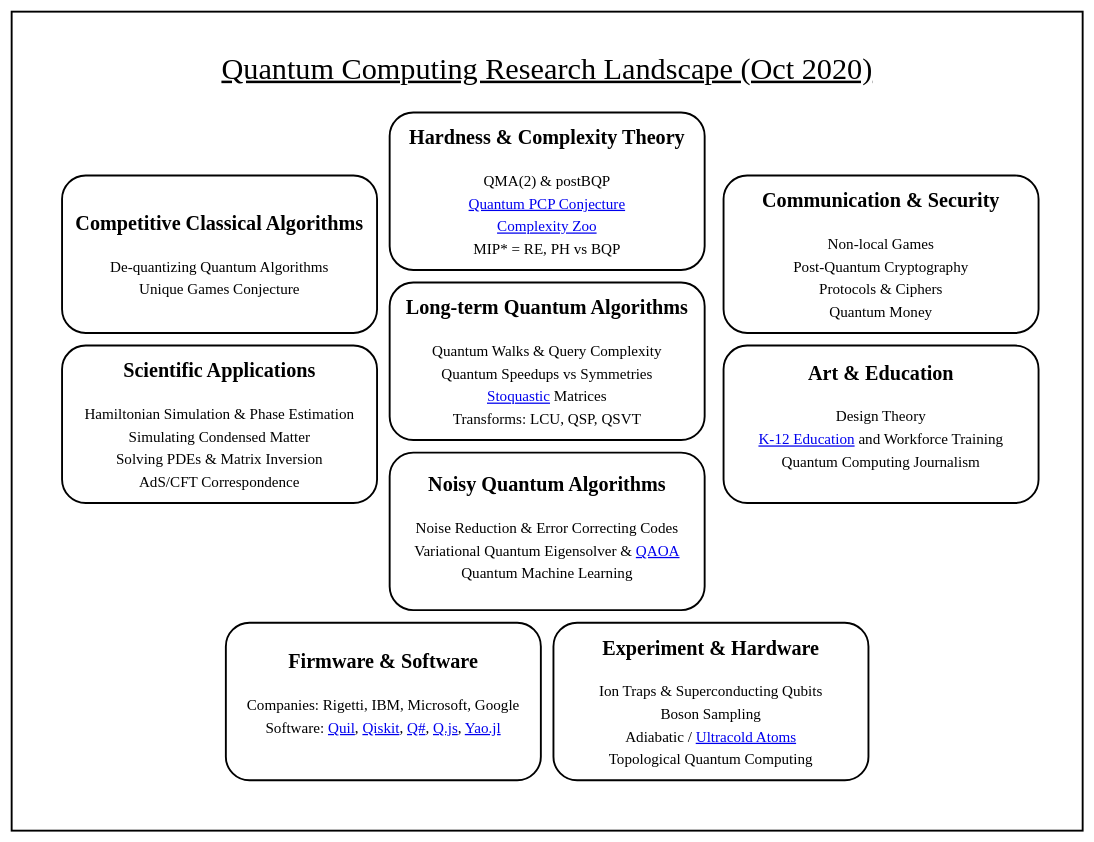
Above: qcmap.drawio in marwahaha/qc-landscape (draw.io), before the change. Source tidied: cells renumbered, new cells numbered last; positions are measured from the earlier drawing's top-left corner, leaving out a move shared by most shapes. Both pictures are drawn from the tidied source at 63%, with x=0, y=0 at pixel (11, 11).
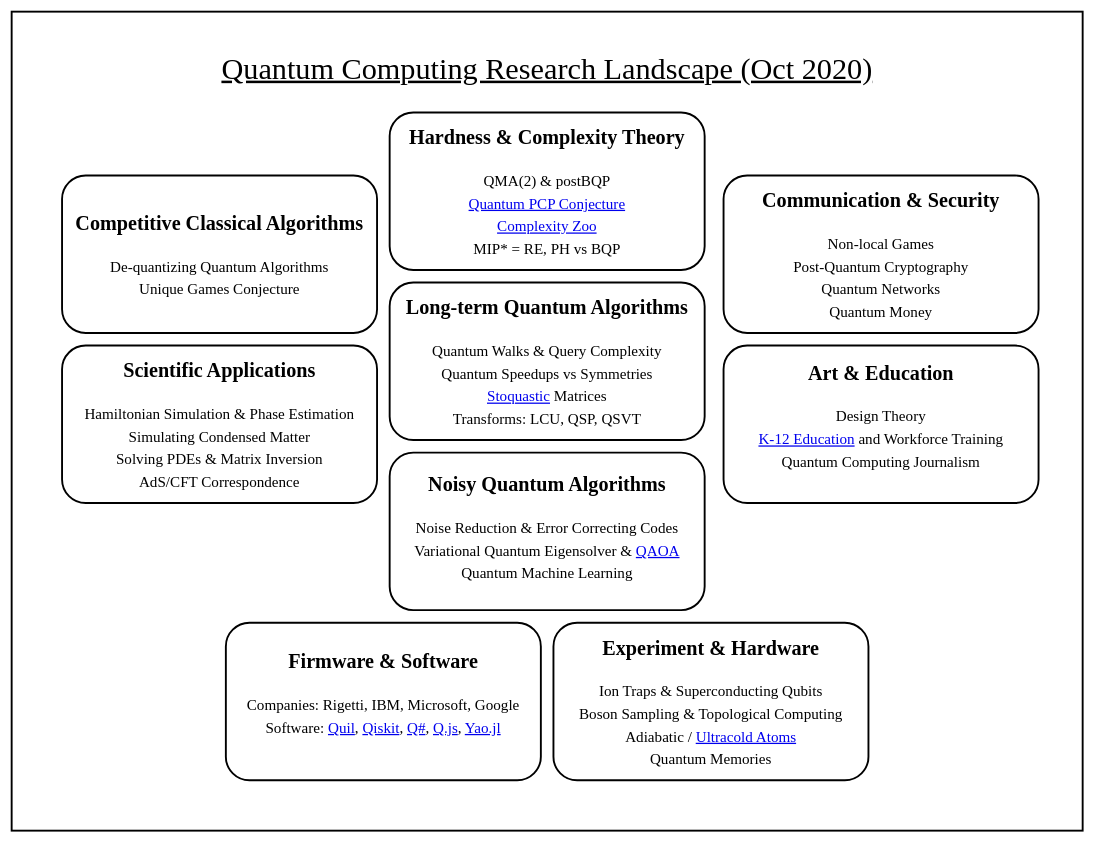
After the change.

Commit message (it also covers changes not shown here):
Add quantum networks

What changed in the source:
```diff
@@
 <mxGraphModel>
   <root>
     <mxCell id="0" />
     <mxCell id="1" parent="0" />
     <mxCell id="2" style="rounded=0;whiteSpace=wrap;html=1;fontFamily=Times New Roman;fontSize=20;align=center;fillColor=none;strokeWidth=3;" parent="1" vertex="1">
       <mxGeometry width="1700" height="1300" as="geometry" />
     </mxCell>
-    <mxCell id="3" value="&lt;p style=&quot;line-height: 150% ; font-size: 24px&quot;&gt;&lt;/p&gt;&lt;div style=&quot;font-size: 32px&quot;&gt;&lt;font style=&quot;font-size: 32px&quot;&gt;&lt;b style=&quot;line-height: 150%&quot;&gt;Experiment &amp;amp; Hardware&lt;br&gt;&lt;/b&gt;&lt;/font&gt;&lt;/div&gt;&lt;div style=&quot;line-height: 150% ; font-size: 18px&quot;&gt;&lt;font style=&quot;font-size: 18px&quot;&gt;&lt;br&gt;&lt;/font&gt;&lt;/div&gt;&lt;div style=&quot;line-height: 150% ; font-size: 24px&quot;&gt;&lt;font style=&quot;font-size: 24px&quot;&gt;Ion Traps &amp;amp; Superconducting Qubits&lt;/font&gt;&lt;/div&gt;&lt;div style=&quot;line-height: 150% ; font-size: 24px&quot;&gt;&lt;font style=&quot;font-size: 24px&quot;&gt;Boson Sampling&lt;/font&gt;&lt;/div&gt;&lt;div style=&quot;line-height: 150% ; font-size: 24px&quot;&gt;&lt;font style=&quot;font-size: 24px&quot;&gt;Adiabatic / &lt;a href=&quot;https://en.wikipedia.org/wiki/Ultracold_atom&quot;&gt;Ultracold Atoms&lt;/a&gt;&lt;br&gt;&lt;/font&gt;&lt;/div&gt;&lt;div style=&quot;line-height: 150% ; font-size: 24px&quot;&gt;&lt;font style=&quot;font-size: 24px&quot;&gt;Topological Quantum Computing&lt;/font&gt;&lt;font style=&quot;font-size: 24px&quot;&gt;&lt;br&gt;&lt;/font&gt;&lt;/div&gt;&lt;p style=&quot;font-size: 24px&quot;&gt;&lt;/p&gt;" style="rounded=1;whiteSpace=wrap;html=1;fontFamily=Times New Roman;strokeWidth=3;" parent="1" vertex="1">
+    <mxCell id="3" value="&lt;p style=&quot;line-height: 150% ; font-size: 24px&quot;&gt;&lt;/p&gt;&lt;div style=&quot;font-size: 32px&quot;&gt;&lt;font style=&quot;font-size: 32px&quot;&gt;&lt;b style=&quot;line-height: 150%&quot;&gt;Experiment &amp;amp; Hardware&lt;br&gt;&lt;/b&gt;&lt;/font&gt;&lt;/div&gt;&lt;div style=&quot;line-height: 150% ; font-size: 18px&quot;&gt;&lt;font style=&quot;font-size: 18px&quot;&gt;&lt;br&gt;&lt;/font&gt;&lt;/div&gt;&lt;div style=&quot;line-height: 150% ; font-size: 24px&quot;&gt;&lt;font style=&quot;font-size: 24px&quot;&gt;Ion Traps &amp;amp; Superconducting Qubits&lt;/font&gt;&lt;/div&gt;&lt;div style=&quot;line-height: 150% ; font-size: 24px&quot;&gt;&lt;font style=&quot;font-size: 24px&quot;&gt;Boson Sampling &amp;amp; &lt;/font&gt;&lt;font style=&quot;font-size: 24px&quot;&gt;Topological Computing&lt;/font&gt;&lt;font style=&quot;font-size: 24px&quot;&gt;&lt;br&gt;&lt;/font&gt;&lt;/div&gt;&lt;div style=&quot;line-height: 150% ; font-size: 24px&quot;&gt;&lt;font style=&quot;font-size: 24px&quot;&gt;Adiabatic / &lt;a href=&quot;https://en.wikipedia.org/wiki/Ultracold_atom&quot;&gt;Ultracold Atoms&lt;/a&gt;&lt;br&gt;&lt;/font&gt;&lt;/div&gt;&lt;div style=&quot;line-height: 150% ; font-size: 24px&quot;&gt;&lt;font style=&quot;font-size: 24px&quot;&gt;Quantum Memories&lt;br&gt;&lt;/font&gt;&lt;/div&gt;&lt;p style=&quot;font-size: 24px&quot;&gt;&lt;/p&gt;" style="rounded=1;whiteSpace=wrap;html=1;fontFamily=Times New Roman;strokeWidth=3;" parent="1" vertex="1">
       <mxGeometry x="860" y="970" width="500" height="250" as="geometry" />
     </mxCell>
     <mxCell id="4" value="&lt;p style=&quot;line-height: 150% ; font-size: 24px&quot;&gt;&lt;/p&gt;&lt;div style=&quot;font-size: 32px&quot;&gt;&lt;font style=&quot;font-size: 32px&quot;&gt;&lt;b style=&quot;line-height: 150%&quot;&gt;Firmware &amp;amp; Software&lt;br&gt;&lt;/b&gt;&lt;/font&gt;&lt;/div&gt;&lt;div style=&quot;line-height: 150% ; font-size: 18px&quot;&gt;&lt;font style=&quot;font-size: 18px&quot;&gt;&lt;br&gt;&lt;/font&gt;&lt;/div&gt;&lt;div style=&quot;line-height: 150% ; font-size: 24px&quot;&gt;&lt;font style=&quot;font-size: 24px&quot;&gt;Companies: Rigetti, IBM, Microsoft, Google&lt;/font&gt;&lt;/div&gt;&lt;div style=&quot;line-height: 150% ; font-size: 24px&quot;&gt;&lt;font style=&quot;font-size: 24px&quot;&gt;Software: &lt;a href=&quot;https://en.wikipedia.org/wiki/Quil_(instruction_set_architecture)&quot;&gt;Quil&lt;/a&gt;, &lt;a href=&quot;https://qiskit.org/&quot;&gt;Qiskit&lt;/a&gt;, &lt;a href=&quot;https://docs.microsoft.com/en-us/quantum/overview/what-is-qsharp-and-qdk&quot;&gt;Q#&lt;/a&gt;, &lt;a href=&quot;https://quantumjavascript.app/&quot;&gt;Q.js&lt;/a&gt;, &lt;a href=&quot;https://yaoquantum.org/&quot;&gt;Yao.jl&lt;/a&gt;&lt;/font&gt;&lt;/div&gt;&lt;font style=&quot;font-size: 24px&quot;&gt;&lt;br&gt;&lt;/font&gt;&lt;p style=&quot;font-size: 24px&quot;&gt;&lt;/p&gt;" style="rounded=1;whiteSpace=wrap;html=1;align=center;fontFamily=Times New Roman;strokeWidth=3;" parent="1" vertex="1">
       <mxGeometry x="340" y="970" width="500" height="250" as="geometry" />
     </mxCell>
     <mxCell id="5" value="&lt;p style=&quot;line-height: 150%&quot;&gt;&lt;/p&gt;&lt;div style=&quot;font-size: 32px&quot;&gt;&lt;font style=&quot;font-size: 32px&quot;&gt;&lt;b style=&quot;line-height: 150%&quot;&gt;Noisy Quantum Algorithms&lt;br&gt;&lt;/b&gt;&lt;/font&gt;&lt;/div&gt;&lt;div style=&quot;line-height: 150% ; font-size: 18px&quot;&gt;&lt;font style=&quot;font-size: 18px&quot;&gt;&lt;br&gt;&lt;/font&gt;&lt;/div&gt;&lt;div style=&quot;line-height: 150% ; font-size: 24px&quot;&gt;&lt;font style=&quot;font-size: 24px&quot;&gt;Noise Reduction &amp;amp; Error Correcting Codes&lt;/font&gt;&lt;/div&gt;&lt;div style=&quot;line-height: 150% ; font-size: 24px&quot;&gt;&lt;font style=&quot;font-size: 24px&quot;&gt;Variational Quantum Eigensolver &amp;amp; &lt;a href=&quot;https://en.wikipedia.org/wiki/Quantum_optimization_algorithms#Quantum_Approximate_Optimization_Algorithm&quot;&gt;QAOA&lt;/a&gt;&lt;/font&gt;&lt;/div&gt;&lt;div style=&quot;line-height: 150% ; font-size: 24px&quot;&gt;&lt;font style=&quot;font-size: 24px&quot;&gt;Quantum Machine Learning&lt;/font&gt;&lt;br&gt;&lt;/div&gt;&lt;br&gt;&lt;p&gt;&lt;/p&gt;" style="rounded=1;whiteSpace=wrap;html=1;align=center;fontFamily=Times New Roman;strokeWidth=3;" parent="1" vertex="1">
       <mxGeometry x="600" y="700" width="500" height="250" as="geometry" />
     </mxCell>
     <mxCell id="6" value="&lt;p style=&quot;line-height: 150%&quot;&gt;&lt;/p&gt;&lt;div style=&quot;font-size: 32px&quot;&gt;&lt;font style=&quot;font-size: 32px&quot;&gt;&lt;b style=&quot;line-height: 150%&quot;&gt;Scientific Applications&lt;br&gt;&lt;/b&gt;&lt;/font&gt;&lt;/div&gt;&lt;div style=&quot;line-height: 150% ; font-size: 18px&quot;&gt;&lt;font style=&quot;font-size: 18px&quot;&gt;&lt;br&gt;&lt;/font&gt;&lt;/div&gt;&lt;div style=&quot;line-height: 150% ; font-size: 24px&quot;&gt;&lt;font style=&quot;font-size: 24px&quot;&gt;Hamiltonian Simulation &amp;amp; Phase Estimation&lt;/font&gt;&lt;/div&gt;&lt;div style=&quot;line-height: 150% ; font-size: 24px&quot;&gt;&lt;font style=&quot;font-size: 24px&quot;&gt;Simulating Condensed Matter&lt;/font&gt;&lt;/div&gt;&lt;div style=&quot;line-height: 150% ; font-size: 24px&quot;&gt;&lt;font style=&quot;font-size: 24px&quot;&gt;Solving PDEs &amp;amp; Matrix Inversion&lt;br&gt;&lt;/font&gt;&lt;/div&gt;&lt;div style=&quot;line-height: 150% ; font-size: 24px&quot;&gt;&lt;font style=&quot;font-size: 24px&quot;&gt;AdS/CFT Correspondence&lt;/font&gt;&lt;/div&gt;&lt;p&gt;&lt;/p&gt;" style="rounded=1;whiteSpace=wrap;html=1;align=center;fontFamily=Times New Roman;strokeWidth=3;" parent="1" vertex="1">
       <mxGeometry x="80" y="530" width="500" height="250" as="geometry" />
     </mxCell>
     <mxCell id="7" value="&lt;p style=&quot;line-height: 160% ; font-size: 24px&quot;&gt;&lt;/p&gt;&lt;div style=&quot;font-size: 32px&quot;&gt;&lt;font style=&quot;font-size: 32px&quot;&gt;&lt;b style=&quot;line-height: 150%&quot;&gt;Art &amp;amp; Education&lt;br&gt;&lt;/b&gt;&lt;/font&gt;&lt;/div&gt;&lt;div style=&quot;line-height: 150% ; font-size: 18px&quot;&gt;&lt;font style=&quot;font-size: 18px&quot;&gt;&lt;br&gt;&lt;/font&gt;&lt;/div&gt;&lt;div style=&quot;line-height: 150% ; font-size: 24px&quot;&gt;&lt;font style=&quot;font-size: 24px ; line-height: 150%&quot;&gt;Design Theory&lt;/font&gt;&lt;/div&gt;&lt;div style=&quot;line-height: 150% ; font-size: 24px&quot;&gt;&lt;font style=&quot;font-size: 24px ; line-height: 150%&quot;&gt;&lt;a href=&quot;https://q12education.org/&quot;&gt;K-12 Education&lt;/a&gt; and Workforce Training&lt;br&gt;&lt;/font&gt;&lt;/div&gt;&lt;div style=&quot;line-height: 150% ; font-size: 24px&quot;&gt;&lt;font style=&quot;font-size: 24px&quot;&gt;Quantum Computing Journalism&lt;br&gt;&lt;/font&gt;&lt;/div&gt;&lt;font style=&quot;font-size: 24px&quot;&gt;&lt;br&gt;&lt;/font&gt;&lt;p style=&quot;font-size: 24px&quot;&gt;&lt;/p&gt;" style="rounded=1;whiteSpace=wrap;html=1;align=center;fontFamily=Times New Roman;strokeWidth=3;" parent="1" vertex="1">
       <mxGeometry x="1130" y="530" width="500" height="250" as="geometry" />
     </mxCell>
-    <mxCell id="8" value="&lt;p style=&quot;line-height: 150%&quot;&gt;&lt;/p&gt;&lt;div style=&quot;font-size: 32px&quot;&gt;&lt;font style=&quot;font-size: 32px&quot;&gt;&lt;b style=&quot;line-height: 150%&quot;&gt;Communication &amp;amp; Security&lt;br&gt;&lt;/b&gt;&lt;/font&gt;&lt;/div&gt;&lt;div style=&quot;line-height: 150% ; font-size: 18px&quot;&gt;&lt;font style=&quot;font-size: 18px&quot;&gt;&lt;br&gt;&lt;/font&gt;&lt;/div&gt;&lt;div style=&quot;line-height: 150% ; font-size: 24px&quot;&gt;&lt;font style=&quot;font-size: 24px&quot;&gt;Non-local Games&lt;/font&gt;&lt;/div&gt;&lt;div style=&quot;line-height: 150% ; font-size: 24px&quot;&gt;&lt;font style=&quot;font-size: 24px&quot;&gt;Post-Quantum Cryptography&lt;/font&gt;&lt;/div&gt;&lt;div style=&quot;line-height: 150% ; font-size: 24px&quot;&gt;&lt;font style=&quot;font-size: 24px&quot;&gt;Protocols &amp;amp; Ciphers&lt;/font&gt;&lt;/div&gt;&lt;div style=&quot;line-height: 150% ; font-size: 24px&quot;&gt;&lt;font style=&quot;font-size: 24px&quot;&gt;Quantum Money&lt;/font&gt;&lt;/div&gt;&lt;p&gt;&lt;/p&gt;" style="rounded=1;whiteSpace=wrap;html=1;align=center;fontFamily=Times New Roman;strokeWidth=3;" parent="1" vertex="1">
+    <mxCell id="8" value="&lt;p style=&quot;line-height: 150%&quot;&gt;&lt;/p&gt;&lt;div style=&quot;font-size: 32px&quot;&gt;&lt;font style=&quot;font-size: 32px&quot;&gt;&lt;b style=&quot;line-height: 150%&quot;&gt;Communication &amp;amp; Security&lt;br&gt;&lt;/b&gt;&lt;/font&gt;&lt;/div&gt;&lt;div style=&quot;line-height: 150% ; font-size: 18px&quot;&gt;&lt;font style=&quot;font-size: 18px&quot;&gt;&lt;br&gt;&lt;/font&gt;&lt;/div&gt;&lt;div style=&quot;line-height: 150% ; font-size: 24px&quot;&gt;&lt;font style=&quot;font-size: 24px&quot;&gt;Non-local Games&lt;/font&gt;&lt;/div&gt;&lt;div style=&quot;line-height: 150% ; font-size: 24px&quot;&gt;&lt;font style=&quot;font-size: 24px&quot;&gt;Post-Quantum Cryptography&lt;/font&gt;&lt;/div&gt;&lt;div style=&quot;line-height: 150% ; font-size: 24px&quot;&gt;&lt;font style=&quot;font-size: 24px&quot;&gt;Quantum Networks&lt;br&gt;&lt;/font&gt;&lt;/div&gt;&lt;div style=&quot;line-height: 150% ; font-size: 24px&quot;&gt;&lt;font style=&quot;font-size: 24px&quot;&gt;Quantum Money&lt;/font&gt;&lt;/div&gt;&lt;p&gt;&lt;/p&gt;" style="rounded=1;whiteSpace=wrap;html=1;align=center;fontFamily=Times New Roman;strokeWidth=3;" parent="1" vertex="1">
       <mxGeometry x="1130" y="260" width="500" height="250" as="geometry" />
     </mxCell>
     <mxCell id="9" value="&lt;p style=&quot;line-height: 150%&quot;&gt;&lt;/p&gt;&lt;div style=&quot;font-size: 32px&quot;&gt;&lt;font style=&quot;font-size: 32px&quot;&gt;&lt;b style=&quot;line-height: 150%&quot;&gt;Competitive Classical Algorithms&lt;br&gt;&lt;/b&gt;&lt;/font&gt;&lt;/div&gt;&lt;div style=&quot;line-height: 150% ; font-size: 18px&quot;&gt;&lt;font style=&quot;font-size: 18px&quot;&gt;&lt;br&gt;&lt;/font&gt;&lt;/div&gt;&lt;div style=&quot;line-height: 150% ; font-size: 24px&quot;&gt;&lt;font style=&quot;font-size: 24px&quot;&gt;De-quantizing Quantum Algorithms&lt;/font&gt;&lt;/div&gt;&lt;div style=&quot;line-height: 150% ; font-size: 24px&quot;&gt;&lt;font style=&quot;font-size: 24px&quot;&gt;Unique Games Conjecture&lt;/font&gt;&lt;/div&gt;&lt;p&gt;&lt;/p&gt;" style="rounded=1;whiteSpace=wrap;html=1;align=center;fontFamily=Times New Roman;strokeWidth=3;" parent="1" vertex="1">
       <mxGeometry x="80" y="260" width="500" height="250" as="geometry" />
     </mxCell>
     <mxCell id="10" value="&lt;p style=&quot;line-height: 150%&quot;&gt;&lt;/p&gt;&lt;div style=&quot;font-size: 32px&quot;&gt;&lt;font style=&quot;font-size: 32px&quot;&gt;&lt;b style=&quot;line-height: 150%&quot;&gt;Hardness &amp;amp; Complexity Theory&lt;br&gt;&lt;/b&gt;&lt;/font&gt;&lt;/div&gt;&lt;div style=&quot;line-height: 150% ; font-size: 18px&quot;&gt;&lt;font style=&quot;font-size: 18px&quot;&gt;&lt;br&gt;&lt;/font&gt;&lt;/div&gt;&lt;div style=&quot;line-height: 150% ; font-size: 24px&quot;&gt;&lt;font style=&quot;font-size: 24px&quot;&gt;QMA(2) &amp;amp; postBQP&lt;/font&gt;&lt;/div&gt;&lt;div style=&quot;line-height: 150% ; font-size: 24px&quot;&gt;&lt;a href=&quot;https://en.wikipedia.org/wiki/PCP_theorem#Quantum_analog_of_the_PCP_theorem&quot;&gt;&lt;font style=&quot;font-size: 24px&quot;&gt;Quantum PCP Conjecture&lt;/font&gt;&lt;/a&gt;&lt;/div&gt;&lt;div style=&quot;line-height: 150% ; font-size: 24px&quot;&gt;&lt;a href=&quot;https://complexityzoo.uwaterloo.ca/Complexity_Zoo&quot;&gt;&lt;font style=&quot;font-size: 24px&quot;&gt;Complexity Zoo&lt;/font&gt;&lt;/a&gt;&lt;/div&gt;&lt;div style=&quot;line-height: 150% ; font-size: 24px&quot;&gt;&lt;font style=&quot;font-size: 24px&quot;&gt;MIP* = RE, PH vs BQP&lt;/font&gt;&lt;br&gt;&lt;/div&gt;&lt;p&gt;&lt;/p&gt;" style="rounded=1;whiteSpace=wrap;html=1;align=center;fontFamily=Times New Roman;strokeWidth=3;" parent="1" vertex="1">
       <mxGeometry x="600" y="160" width="500" height="250" as="geometry" />
     </mxCell>
     <mxCell id="11" value="&lt;p style=&quot;line-height: 150% ; font-size: 24px&quot;&gt;&lt;/p&gt;&lt;div style=&quot;font-size: 24px&quot;&gt;&lt;font style=&quot;font-size: 24px&quot;&gt;&lt;b style=&quot;line-height: 150% ; font-size: 32px&quot;&gt;Long-term Quantum Algorithms&lt;br&gt;&lt;/b&gt;&lt;/font&gt;&lt;/div&gt;&lt;div style=&quot;line-height: 150% ; font-size: 18px&quot;&gt;&lt;font style=&quot;font-size: 18px&quot;&gt;&lt;br&gt;&lt;/font&gt;&lt;/div&gt;&lt;div style=&quot;line-height: 150% ; font-size: 24px&quot;&gt;&lt;font style=&quot;font-size: 24px&quot;&gt;Quantum Walks &amp;amp; Query Complexity&lt;/font&gt;&lt;/div&gt;&lt;div style=&quot;line-height: 150% ; font-size: 24px&quot;&gt;&lt;font style=&quot;font-size: 24px&quot;&gt;Quantum Speedups vs Symmetries&lt;/font&gt;&lt;/div&gt;&lt;div style=&quot;line-height: 150% ; font-size: 24px&quot;&gt;&lt;font style=&quot;font-size: 24px&quot;&gt;&lt;a href=&quot;https://en.wiktionary.org/wiki/stoquastic&quot;&gt;Stoquastic&lt;/a&gt; Matrices&lt;/font&gt;&lt;/div&gt;&lt;div style=&quot;line-height: 150% ; font-size: 24px&quot;&gt;&lt;font style=&quot;font-size: 24px&quot;&gt;Transforms: LCU, QSP, QSVT&lt;br&gt;&lt;/font&gt;&lt;/div&gt;&lt;p style=&quot;font-size: 24px&quot;&gt;&lt;/p&gt;" style="rounded=1;whiteSpace=wrap;html=1;align=center;fontFamily=Times New Roman;strokeWidth=3;" parent="1" vertex="1">
       <mxGeometry x="600" y="430" width="500" height="250" as="geometry" />
     </mxCell>
     <mxCell id="12" value="&lt;h1 style=&quot;font-size: 48px&quot;&gt;&lt;span style=&quot;font-size: 48px&quot;&gt;&lt;font style=&quot;font-size: 48px&quot;&gt;&lt;font style=&quot;font-size: 48px&quot;&gt;&lt;span style=&quot;font-size: 48px&quot;&gt;&lt;span style=&quot;font-weight: normal ; font-size: 48px&quot;&gt;Quantum Computing Research Landscape (Oct 2020)&lt;/span&gt;&lt;/span&gt;&lt;/font&gt;&lt;br style=&quot;font-size: 48px&quot;&gt;&lt;/font&gt;&lt;/span&gt;&lt;/h1&gt;" style="text;html=1;strokeColor=none;fillColor=none;align=center;verticalAlign=middle;whiteSpace=wrap;rounded=0;fontStyle=4;fontFamily=Times New Roman;fontSize=48;" parent="1" vertex="1">
       <mxGeometry x="150" y="80" width="1400" height="20" as="geometry" />
     </mxCell>
   </root>
 </mxGraphModel>
```
